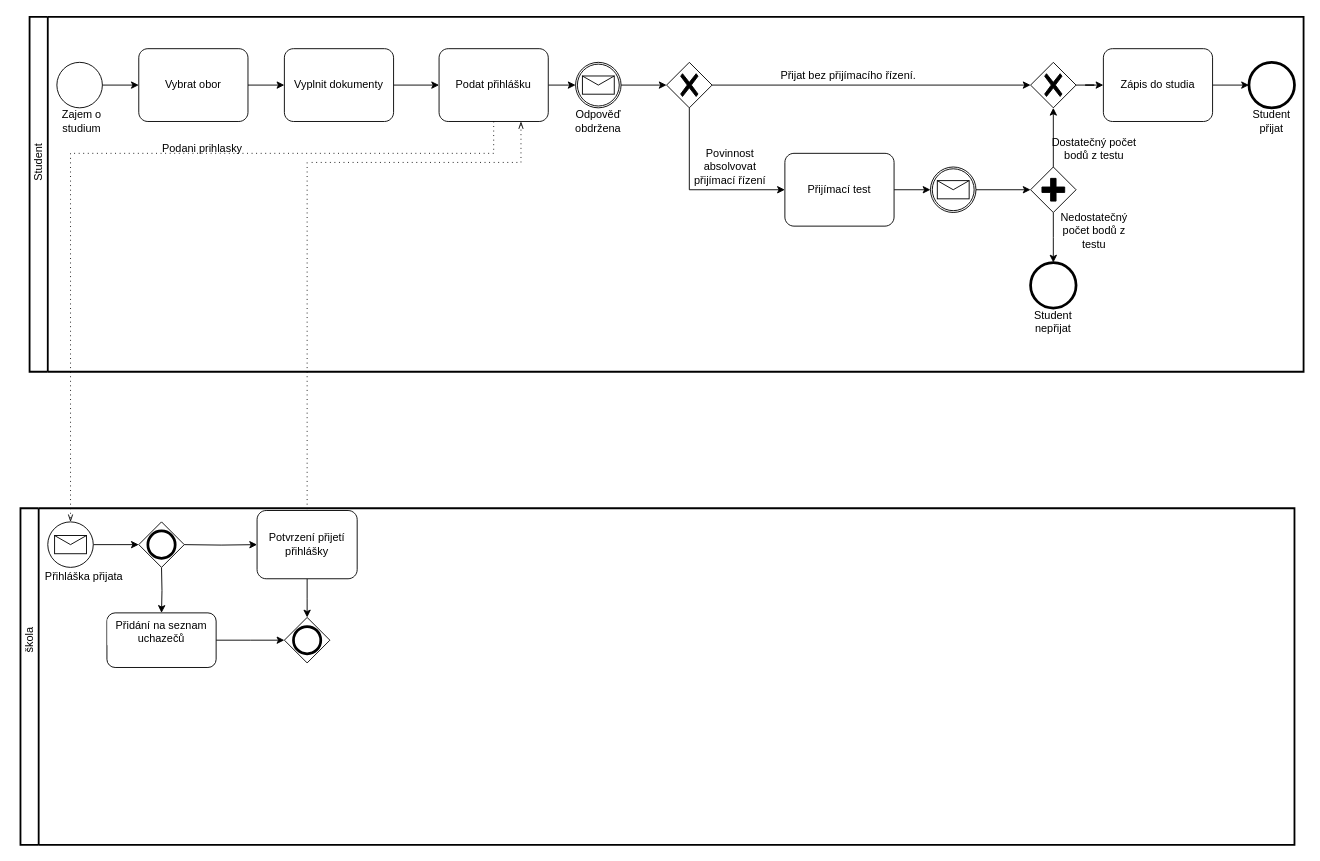
The draw.io diagram Process/Process.drawio in KristyFromEarth/UML, before the edit. Source tidied: cells renumbered, new cells numbered last; positions are measured from the earlier drawing's top-left corner, leaving out a move shared by most shapes. Both pictures are drawn from the tidied source at 91%, with x=0, y=0 at pixel (2, 16).
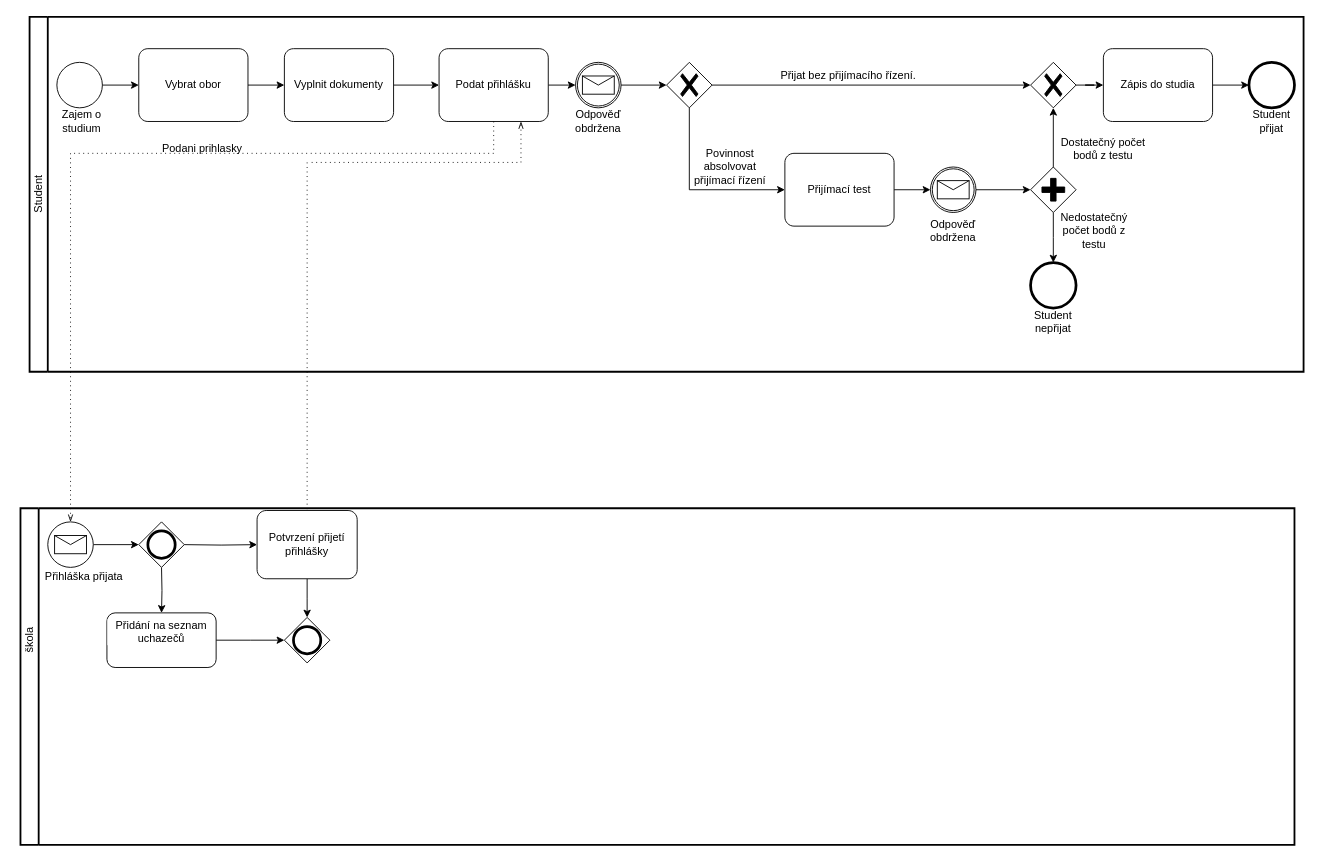
The same diagram, later.

Commit message:
uprava textu - student Process.drawio

Unchanged cells that the change refers to:
```xml
<mxCell id="2" style="swimlane;html=1;startSize=20;fontStyle=0;horizontal=0;swimlaneLine=1;swimlaneFillColor=#ffffff;strokeWidth=2;whiteSpace=wrap;" parent="1" vertex="1">
  <mxGeometry x="30" width="1400" height="390" as="geometry" />
</mxCell>
```

What changed in the source:
```diff
@@
     <mxCell id="3" value="Student" style="text;html=1;strokeColor=none;fillColor=none;align=center;verticalAlign=middle;whiteSpace=wrap;rounded=0;rotation=-90;" parent="2" vertex="1">
-      <mxGeometry x="-20" y="145" width="60" height="30" as="geometry" />
+      <mxGeometry x="-20" y="180" width="60" height="30" as="geometry" />
     </mxCell>
@@
     <mxCell id="39" value="Dostatečný počet bodů z testu" style="text;html=1;strokeColor=none;fillColor=none;align=center;verticalAlign=middle;whiteSpace=wrap;rounded=0;" parent="2" vertex="1">
-      <mxGeometry x="1120" y="130" width="100" height="30" as="geometry" />
+      <mxGeometry x="1130" y="130" width="100" height="30" as="geometry" />
     </mxCell>
+    <mxCell id="56" value="Odpověď obdržena" style="text;html=1;strokeColor=none;fillColor=none;align=center;verticalAlign=middle;whiteSpace=wrap;rounded=0;" parent="2" vertex="1">
+      <mxGeometry x="985" y="220" width="60" height="30" as="geometry" />
+    </mxCell>
```
